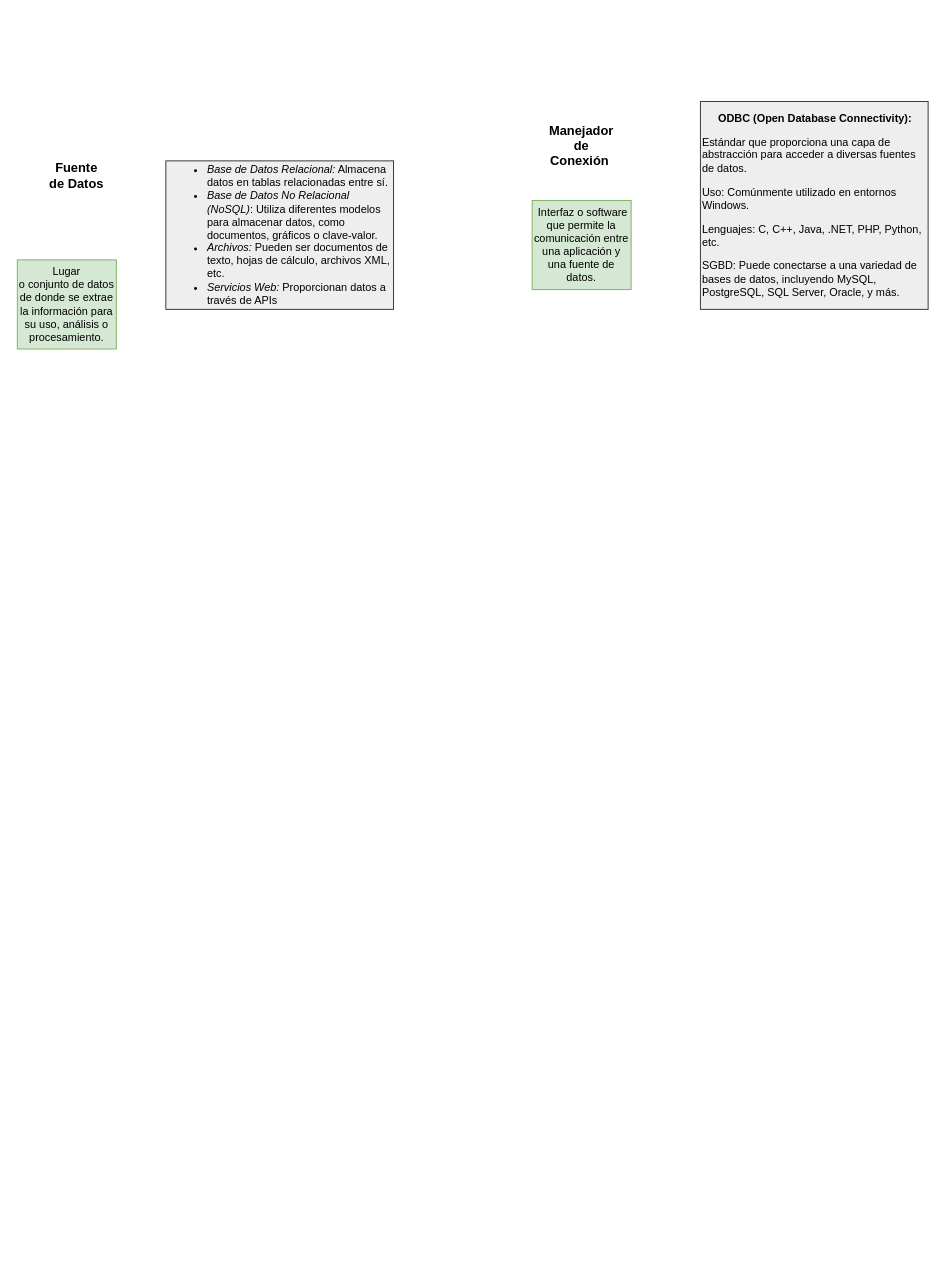
The draw.io diagram mapa mixto conectividad.drawio in misiomishi/itcj, before the edit. Source tidied: cells renumbered, new cells numbered last; positions are measured from the earlier drawing's top-left corner, leaving out a move shared by most shapes. Both pictures are drawn from the tidied source at 99%, with x=0, y=0 at pixel (17, 101).
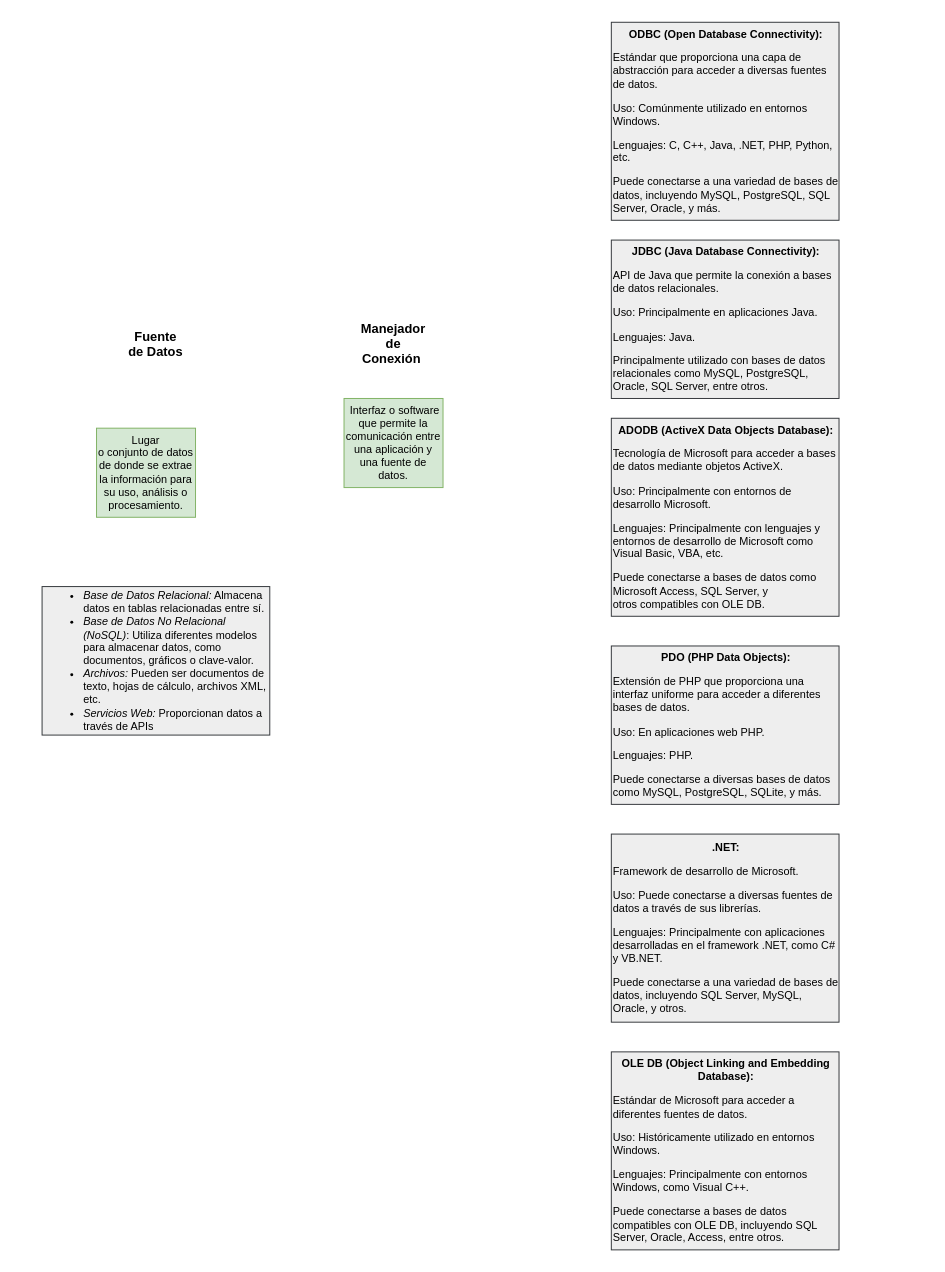
Above is the later version.

The edit, as a diff of the source:
```diff
@@
 <mxGraphModel>
   <root>
     <mxCell id="0" />
     <mxCell id="1" parent="0" />
     <mxCell id="2" value="Lugar&lt;br style=&quot;font-size: 11px;&quot;&gt;o conjunto de datos de donde se extrae la información para su uso, análisis o&lt;br style=&quot;font-size: 11px;&quot;&gt;procesamiento." style="rounded=0;whiteSpace=wrap;html=1;fillColor=#d5e8d4;strokeColor=#82b366;align=center;fontSize=11;" parent="1" vertex="1">
-      <mxGeometry y="160" width="100" height="90" as="geometry" />
+      <mxGeometry x="80" y="330" width="100" height="90" as="geometry" />
     </mxCell>
     <mxCell id="3" value="Fuente de Datos" style="text;html=1;strokeColor=none;fillColor=none;align=center;verticalAlign=middle;whiteSpace=wrap;rounded=0;fontStyle=1;fontSize=13;" parent="1" vertex="1">
-      <mxGeometry x="30" y="60" width="60" height="30" as="geometry" />
+      <mxGeometry x="110" y="230" width="60" height="30" as="geometry" />
     </mxCell>
     <mxCell id="4" value="&lt;p class=&quot;MsoNormal&quot;&gt;&lt;/p&gt;&lt;ul&gt;&lt;li&gt;&lt;i&gt;Base de Datos Relacional:&lt;/i&gt; Almacena datos en tablas relacionadas entre sí.&lt;/li&gt;&lt;li&gt;&lt;span style=&quot;background-color: initial;&quot;&gt;&lt;i&gt;Base de Datos No Relacional (NoSQL)&lt;/i&gt;: Utiliza diferentes &lt;/span&gt;&lt;span style=&quot;background-color: initial;&quot;&gt;modelos para almacenar datos, como documentos, gráficos o clave-valor.&lt;/span&gt;&lt;/li&gt;&lt;li&gt;&lt;span style=&quot;background-color: initial;&quot;&gt;&lt;i&gt;Archivos:&lt;/i&gt; Pueden ser documentos de texto, hojas de cálculo,&amp;nbsp;&lt;/span&gt;&lt;span style=&quot;background-color: initial;&quot;&gt;archivos XML, etc.&lt;/span&gt;&lt;/li&gt;&lt;li&gt;&lt;i&gt;Servicios Web:&lt;/i&gt; Proporcionan datos a través de APIs&amp;nbsp;&lt;/li&gt;&lt;/ul&gt;&lt;p&gt;&lt;/p&gt;" style="rounded=0;whiteSpace=wrap;html=1;fillColor=#eeeeee;strokeColor=#36393d;align=left;fontSize=11;" parent="1" vertex="1">
-      <mxGeometry x="150" y="60" width="230" height="150" as="geometry" />
+      <mxGeometry x="25" y="490" width="230" height="150" as="geometry" />
     </mxCell>
     <mxCell id="5" value="&amp;nbsp;Interfaz o software que permite la&lt;br/&gt;comunicación entre una aplicación y una fuente de datos." style="rounded=0;whiteSpace=wrap;html=1;fillColor=#d5e8d4;strokeColor=#82b366;align=center;fontSize=11;" parent="1" vertex="1">
-      <mxGeometry x="520" y="100" width="100" height="90" as="geometry" />
+      <mxGeometry x="330" y="300" width="100" height="90" as="geometry" />
     </mxCell>
     <mxCell id="6" value="Manejador de Conexión&amp;nbsp;" style="text;html=1;strokeColor=none;fillColor=none;align=center;verticalAlign=middle;whiteSpace=wrap;rounded=0;fontStyle=1;fontSize=13;" parent="1" vertex="1">
-      <mxGeometry x="540" y="30" width="60" height="30" as="geometry" />
+      <mxGeometry x="350" y="230" width="60" height="30" as="geometry" />
     </mxCell>
-    <mxCell id="7" value="&lt;p class=&quot;MsoNormal&quot;&gt;&lt;/p&gt;&lt;div&gt;&lt;p style=&quot;text-align: center;&quot; class=&quot;MsoNormal&quot;&gt;&lt;b&gt;ODBC (Open Database Connectivity):&lt;/b&gt;&lt;/p&gt;&lt;p class=&quot;MsoNormal&quot;&gt;&lt;span style=&quot;background-color: initial;&quot;&gt;Estándar que proporciona una capa de abstracción para acceder a diversas fuentes de datos.&lt;/span&gt;&lt;/p&gt;&lt;p class=&quot;MsoNormal&quot;&gt;&lt;span style=&quot;background-color: initial;&quot;&gt;Uso: Comúnmente utilizado en entornos Windows.&lt;/span&gt;&lt;/p&gt;&lt;p class=&quot;MsoNormal&quot;&gt;Lenguajes: C, C++, Java, .NET, PHP, Python, etc.&lt;/p&gt;&lt;p class=&quot;MsoNormal&quot;&gt;&lt;span style=&quot;background-color: initial;&quot;&gt;SGBD: Puede conectarse a una variedad de bases de datos, incluyendo MySQL, PostgreSQL, SQL Server, Oracle, y más.&lt;/span&gt;&lt;/p&gt;&lt;p class=&quot;MsoNormal&quot;&gt;&lt;/p&gt;&lt;/div&gt;&lt;p&gt;&lt;/p&gt;" style="rounded=0;whiteSpace=wrap;html=1;fillColor=#eeeeee;strokeColor=#36393d;align=left;fontSize=11;" parent="1" vertex="1">
-      <mxGeometry x="690" width="230" height="210" as="geometry" />
+    <mxCell id="7" value="&lt;p class=&quot;MsoNormal&quot;&gt;&lt;/p&gt;&lt;div&gt;&lt;p style=&quot;text-align: center;&quot; class=&quot;MsoNormal&quot;&gt;&lt;b&gt;ODBC (Open Database Connectivity):&lt;/b&gt;&lt;/p&gt;&lt;p class=&quot;MsoNormal&quot;&gt;&lt;span style=&quot;background-color: initial;&quot;&gt;Estándar que proporciona una capa de abstracción para acceder a diversas fuentes de datos.&lt;/span&gt;&lt;/p&gt;&lt;p class=&quot;MsoNormal&quot;&gt;&lt;span style=&quot;background-color: initial;&quot;&gt;Uso: Comúnmente utilizado en entornos Windows.&lt;/span&gt;&lt;/p&gt;&lt;p class=&quot;MsoNormal&quot;&gt;Lenguajes: C, C++, Java, .NET, PHP, Python, etc.&lt;/p&gt;&lt;p class=&quot;MsoNormal&quot;&gt;&lt;span style=&quot;background-color: initial;&quot;&gt;Puede conectarse a una variedad de bases de datos, incluyendo MySQL, PostgreSQL, SQL Server, Oracle, y más.&lt;/span&gt;&lt;/p&gt;&lt;p class=&quot;MsoNormal&quot;&gt;&lt;/p&gt;&lt;/div&gt;&lt;p&gt;&lt;/p&gt;" style="rounded=0;whiteSpace=wrap;html=1;fillColor=#eeeeee;strokeColor=#36393d;align=left;fontSize=11;" parent="1" vertex="1">
+      <mxGeometry x="600" y="-80" width="230" height="200" as="geometry" />
     </mxCell>
+    <mxCell id="8" value="&lt;p class=&quot;MsoNormal&quot;&gt;&lt;/p&gt;&lt;div&gt;&lt;p style=&quot;text-align: center;&quot; class=&quot;MsoNormal&quot;&gt;&lt;b&gt;JDBC (Java Database Connectivity):&lt;/b&gt;&lt;/p&gt;&lt;p class=&quot;MsoNormal&quot;&gt;API de Java que permite la conexión a bases de datos relacionales.&lt;/p&gt;&lt;p class=&quot;MsoNormal&quot;&gt;Uso: Principalmente en aplicaciones Java.&lt;/p&gt;&lt;p class=&quot;MsoNormal&quot;&gt;Lenguajes: Java.&lt;/p&gt;&lt;p class=&quot;MsoNormal&quot;&gt;&lt;span style=&quot;background-color: initial;&quot;&gt;Principalmente utilizado con bases de datos relacionales como MySQL,&amp;nbsp;&lt;/span&gt;&lt;span style=&quot;background-color: initial;&quot;&gt;PostgreSQL, Oracle, SQL Server, entre otros.&lt;/span&gt;&lt;/p&gt;&lt;p class=&quot;MsoNormal&quot;&gt;&lt;/p&gt;&lt;/div&gt;&lt;p&gt;&lt;/p&gt;" style="rounded=0;whiteSpace=wrap;html=1;fillColor=#eeeeee;strokeColor=#36393d;align=left;fontSize=11;" parent="1" vertex="1">
+      <mxGeometry x="600" y="140" width="230" height="160" as="geometry" />
+    </mxCell>
+    <mxCell id="9" value="&lt;p class=&quot;MsoNormal&quot;&gt;&lt;/p&gt;&lt;div&gt;&lt;p style=&quot;text-align: center;&quot; class=&quot;MsoNormal&quot;&gt;&lt;b&gt;ADODB (ActiveX Data Objects Database):&lt;/b&gt;&lt;/p&gt;&lt;p class=&quot;MsoNormal&quot;&gt;Tecnología de Microsoft para acceder a bases de datos mediante objetos ActiveX.&lt;/p&gt;&lt;p class=&quot;MsoNormal&quot;&gt;Uso: Principalmente con entornos de desarrollo Microsoft.&lt;/p&gt;&lt;p class=&quot;MsoNormal&quot;&gt;Lenguajes: Principalmente con lenguajes y entornos de desarrollo de Microsoft como Visual Basic, VBA, etc.&lt;/p&gt;&lt;p class=&quot;MsoNormal&quot;&gt;&lt;span style=&quot;background-color: initial;&quot;&gt;Puede &lt;/span&gt;&lt;span style=&quot;background-color: initial;&quot;&gt;conectarse a bases de datos como Microsoft Access, SQL Server, y otros&amp;nbsp;&lt;/span&gt;&lt;span style=&quot;background-color: initial;&quot;&gt;compatibles con OLE DB.&lt;/span&gt;&lt;/p&gt;&lt;p class=&quot;MsoNormal&quot;&gt;&lt;/p&gt;&lt;p class=&quot;MsoNormal&quot;&gt;&lt;/p&gt;&lt;/div&gt;&lt;p&gt;&lt;/p&gt;" style="rounded=0;whiteSpace=wrap;html=1;fillColor=#eeeeee;strokeColor=#36393d;align=left;fontSize=11;" parent="1" vertex="1">
+      <mxGeometry x="600" y="320" width="230" height="200" as="geometry" />
+    </mxCell>
+    <mxCell id="10" value="&lt;p class=&quot;MsoNormal&quot;&gt;&lt;/p&gt;&lt;div&gt;&lt;p style=&quot;text-align: center;&quot; class=&quot;MsoNormal&quot;&gt;&lt;b&gt;PDO (PHP Data Objects):&lt;/b&gt;&lt;/p&gt;&lt;p class=&quot;MsoNormal&quot;&gt;Extensión de PHP que proporciona una interfaz uniforme para acceder a diferentes bases de datos.&lt;/p&gt;&lt;p class=&quot;MsoNormal&quot;&gt;&lt;span style=&quot;background-color: initial;&quot;&gt;Uso: En aplicaciones web PHP.&lt;/span&gt;&lt;/p&gt;&lt;p class=&quot;MsoNormal&quot;&gt;Lenguajes: PHP.&lt;/p&gt;&lt;p class=&quot;MsoNormal&quot;&gt;&lt;span style=&quot;background-color: initial;&quot;&gt;Puede&amp;nbsp;&lt;/span&gt;&lt;span style=&quot;background-color: initial;&quot;&gt;conectarse a diversas bases de datos como MySQL, PostgreSQL, SQLite, y más.&lt;/span&gt;&lt;/p&gt;&lt;p class=&quot;MsoNormal&quot;&gt;&lt;/p&gt;&lt;p class=&quot;MsoNormal&quot;&gt;&lt;/p&gt;&lt;/div&gt;&lt;p&gt;&lt;/p&gt;" style="rounded=0;whiteSpace=wrap;html=1;fillColor=#eeeeee;strokeColor=#36393d;align=left;fontSize=11;" parent="1" vertex="1">
+      <mxGeometry x="600" y="550" width="230" height="160" as="geometry" />
+    </mxCell>
+    <mxCell id="11" value="&lt;p class=&quot;MsoNormal&quot;&gt;&lt;/p&gt;&lt;div&gt;&lt;p style=&quot;text-align: center;&quot; class=&quot;MsoNormal&quot;&gt;&lt;b&gt;.NET:&lt;/b&gt;&lt;/p&gt;&lt;p class=&quot;MsoNormal&quot;&gt;&lt;span style=&quot;background-color: initial;&quot;&gt;Framework de desarrollo de Microsoft.&lt;/span&gt;&lt;/p&gt;&lt;p class=&quot;MsoNormal&quot;&gt;&lt;span style=&quot;background-color: initial;&quot;&gt;Uso: Puede conectarse a diversas fuentes de datos a través&amp;nbsp;&lt;/span&gt;&lt;span style=&quot;background-color: initial;&quot;&gt;de sus librerías.&lt;/span&gt;&lt;/p&gt;&lt;p class=&quot;MsoNormal&quot;&gt;Lenguajes: Principalmente con aplicaciones desarrolladas en el framework .NET, como C# y VB.NET.&lt;/p&gt;&lt;p class=&quot;MsoNormal&quot;&gt;&lt;span style=&quot;background-color: initial;&quot;&gt;Puede conectarse a una variedad de bases de datos, incluyendo SQL Server, MySQL, Oracle, y otros.&lt;/span&gt;&lt;/p&gt;&lt;p class=&quot;MsoNormal&quot;&gt;&lt;/p&gt;&lt;p class=&quot;MsoNormal&quot;&gt;&lt;/p&gt;&lt;p class=&quot;MsoNormal&quot;&gt;&lt;/p&gt;&lt;/div&gt;&lt;p&gt;&lt;/p&gt;" style="rounded=0;whiteSpace=wrap;html=1;fillColor=#eeeeee;strokeColor=#36393d;align=left;fontSize=11;" parent="1" vertex="1">
+      <mxGeometry x="600" y="740" width="230" height="190" as="geometry" />
+    </mxCell>
+    <mxCell id="12" value="&lt;p class=&quot;MsoNormal&quot;&gt;&lt;/p&gt;&lt;div&gt;&lt;p style=&quot;text-align: center;&quot; class=&quot;MsoNormal&quot;&gt;&lt;b&gt;OLE DB (Object Linking and Embedding Database):&lt;/b&gt;&lt;/p&gt;&lt;p class=&quot;MsoNormal&quot;&gt;&lt;span style=&quot;background-color: initial;&quot;&gt;Estándar de Microsoft para acceder a diferentes fuentes de datos.&lt;/span&gt;&lt;/p&gt;&lt;p class=&quot;MsoNormal&quot;&gt;&lt;/p&gt;&lt;p class=&quot;MsoNormal&quot;&gt;Uso: Históricamente utilizado en entornos Windows.&lt;/p&gt;&lt;p class=&quot;MsoNormal&quot;&gt;Lenguajes: Principalmente con entornos Windows, como Visual C++.&lt;/p&gt;&lt;p class=&quot;MsoNormal&quot;&gt;&lt;span style=&quot;background-color: initial;&quot;&gt;Puede&amp;nbsp;&lt;/span&gt;&lt;span style=&quot;background-color: initial;&quot;&gt;conectarse a bases de datos compatibles con OLE DB, incluyendo SQL Server,&amp;nbsp;&lt;/span&gt;&lt;span style=&quot;background-color: initial;&quot;&gt;Oracle, Access, entre otros.&lt;/span&gt;&lt;/p&gt;&lt;p class=&quot;MsoNormal&quot;&gt;&lt;/p&gt;&lt;p class=&quot;MsoNormal&quot;&gt;&lt;/p&gt;&lt;p class=&quot;MsoNormal&quot;&gt;&lt;/p&gt;&lt;/div&gt;&lt;p&gt;&lt;/p&gt;" style="rounded=0;whiteSpace=wrap;html=1;fillColor=#eeeeee;strokeColor=#36393d;align=left;fontSize=11;" parent="1" vertex="1">
+      <mxGeometry x="600" y="960" width="230" height="200" as="geometry" />
+    </mxCell>
   </root>
 </mxGraphModel>
```
